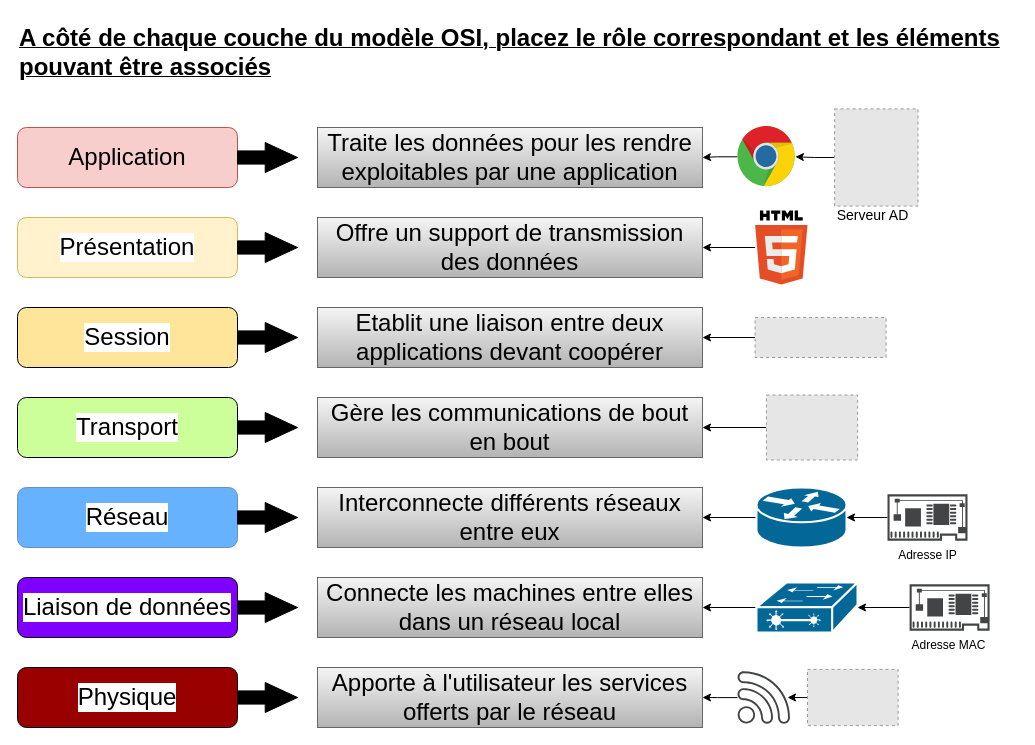
Above: Templates_iso.drawio in Emusimbwa/Etsha-Musimbwa (draw.io), before the change. Source tidied: cells renumbered, new cells numbered last; positions are measured from the earlier drawing's top-left corner, leaving out a move shared by most shapes. Both pictures are drawn from the tidied source at 100%, with x=0, y=0 at pixel (17, 17). Pictures stored in the file or linked from it are replaced by grey dashed boxes.
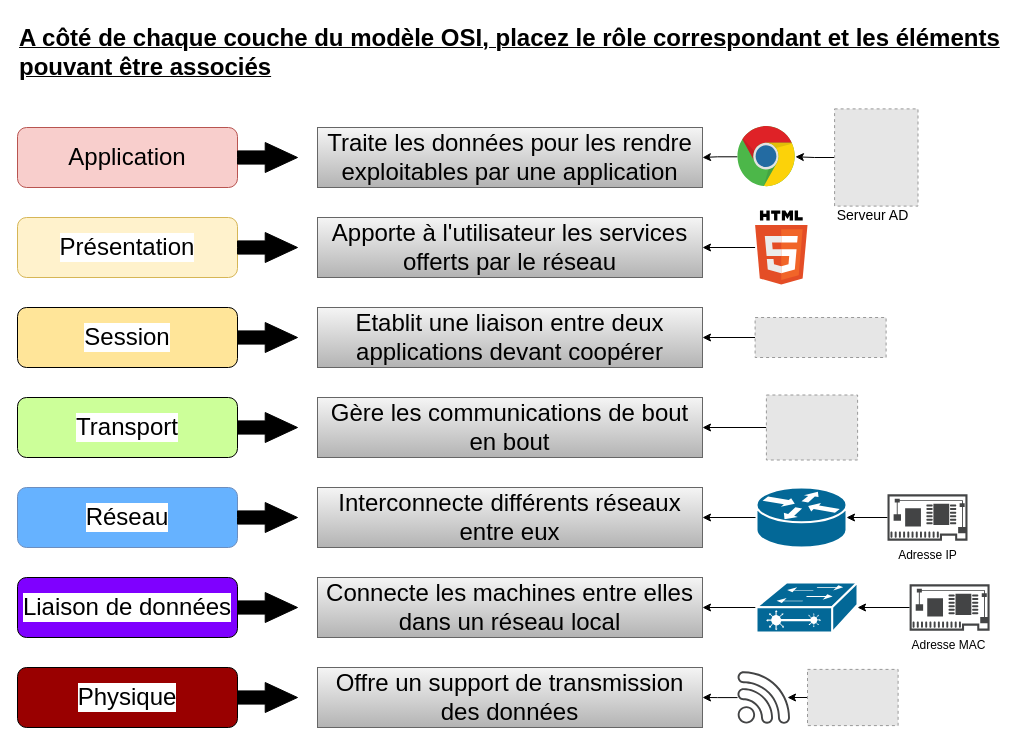
The same page after the edit.

Commit message:
Mettre à jour Templates_iso.drawio

Change to the diagram source:
```diff
@@
-    <mxCell id="18" value="Apporte à l'utilisateur les services offerts par le réseau" style="whiteSpace=wrap;html=1;labelBackgroundColor=none;strokeColor=#666666;fontSize=24;fillColor=#f5f5f5;gradientColor=#b3b3b3;" parent="1" vertex="1">
+    <mxCell id="18" value="Offre un support de transmission des données" style="whiteSpace=wrap;html=1;labelBackgroundColor=none;strokeColor=#666666;fontSize=24;fillColor=#f5f5f5;gradientColor=#b3b3b3;" parent="1" vertex="1">
       <mxGeometry x="300" y="650" width="385" height="60" as="geometry" />
     </mxCell>
@@
-    <mxCell id="22" value="Offre un support de transmission des données" style="whiteSpace=wrap;html=1;labelBackgroundColor=none;strokeColor=#666666;fontSize=24;fillColor=#f5f5f5;gradientColor=#b3b3b3;" parent="1" vertex="1">
+    <mxCell id="22" value="Apporte à l'utilisateur les services offerts par le réseau" style="whiteSpace=wrap;html=1;labelBackgroundColor=none;strokeColor=#666666;fontSize=24;fillColor=#f5f5f5;gradientColor=#b3b3b3;" parent="1" vertex="1">
       <mxGeometry x="300" y="200" width="385" height="60" as="geometry" />
     </mxCell>
```
